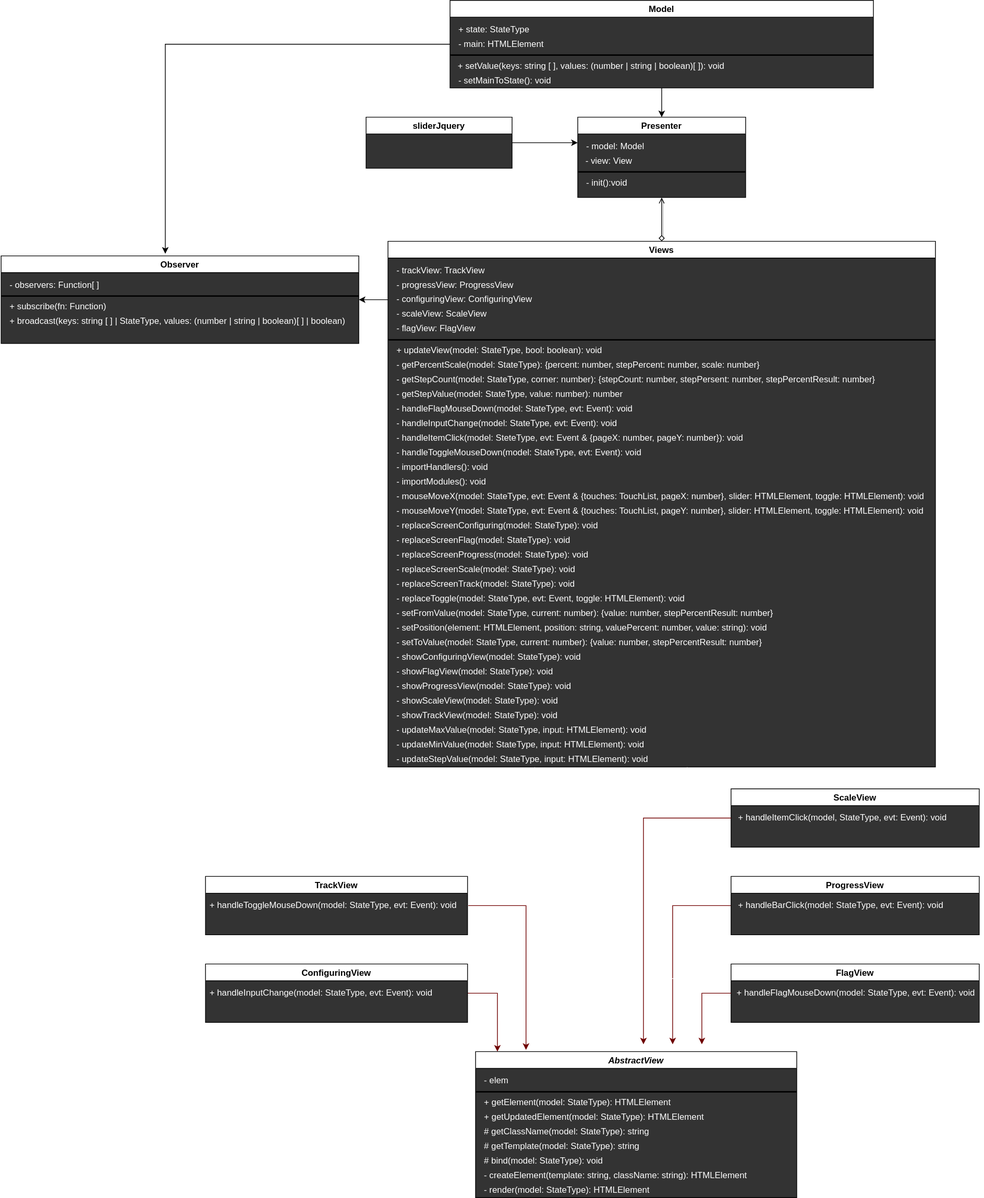
This is UML.svg from webproject67/Slider, a draw.io export, as it was before one commit. Source tidied: cells renumbered, new cells last; positions are measured from the earlier drawing's top-left corner, leaving out a move shared by most shapes.
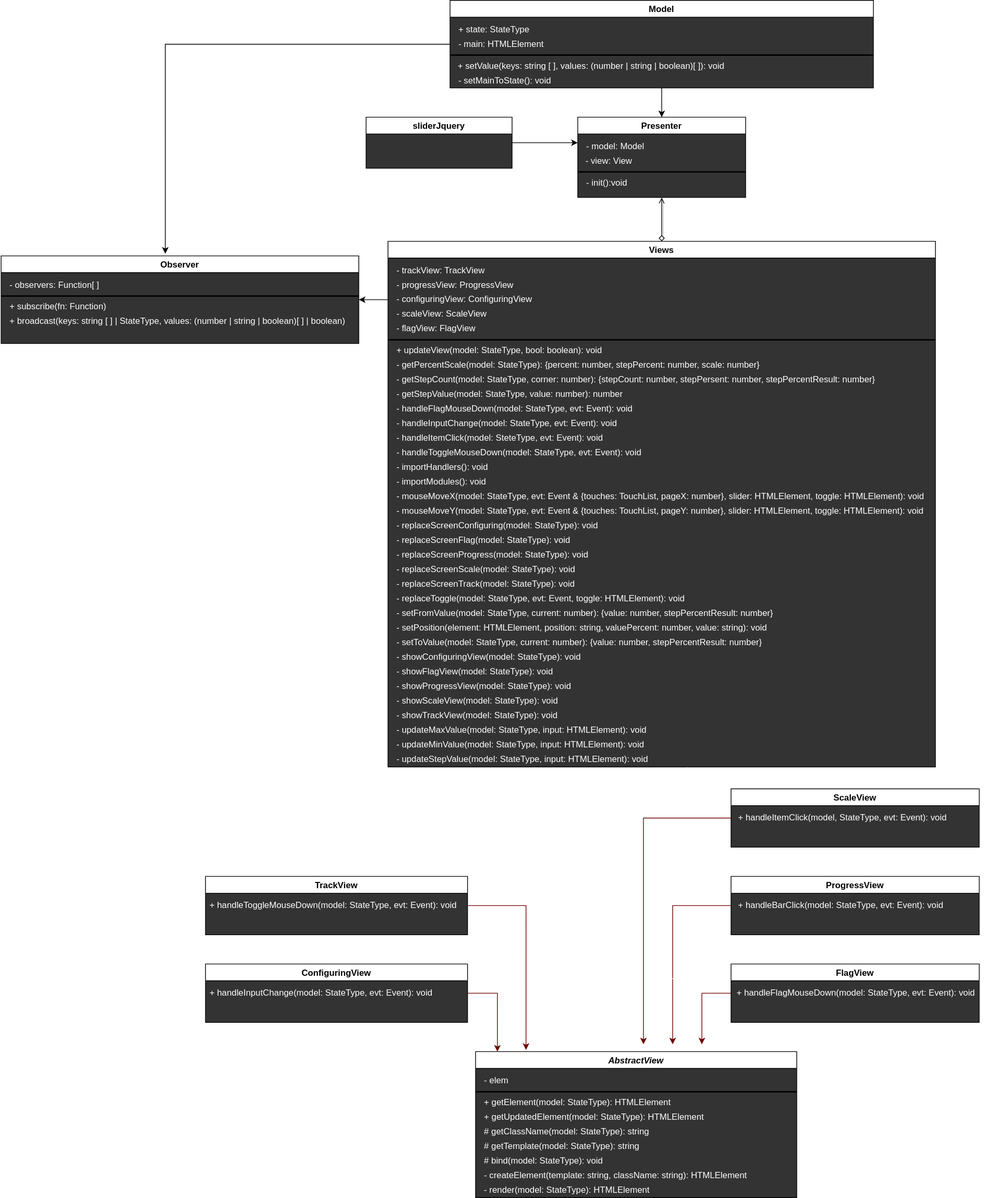
After the commit.

What changed in the source:
```diff
@@ -100,8 +100,8 @@
     <mxCell id="33" value="&lt;div style=&quot;line-height: 19px&quot;&gt;&lt;font style=&quot;font-size: 12px&quot; color=&quot;#ffffff&quot;&gt;- handleFlagMouseDown(model: StateType, evt: Event): void&lt;/font&gt;&lt;/div&gt;" style="text;html=1;align=left;verticalAlign=middle;" parent="22" vertex="1">
       <mxGeometry x="10" y="220" width="340" height="20" as="geometry" />
     </mxCell>
-    <mxCell id="34" value="&lt;div style=&quot;line-height: 19px&quot;&gt;&lt;font style=&quot;font-size: 12px&quot; color=&quot;#ffffff&quot;&gt;- handleItemClick(model: SteteType, evt: Event &amp;amp; {pageX: number, pageY: number&lt;/font&gt;&lt;span style=&quot;color: rgb(255 , 255 , 255)&quot;&gt;}): void&lt;/span&gt;&lt;/div&gt;" style="text;html=1;align=left;verticalAlign=middle;" parent="22" vertex="1">
-      <mxGeometry x="10" y="260" width="490" height="20" as="geometry" />
+    <mxCell id="34" value="&lt;div style=&quot;line-height: 19px&quot;&gt;&lt;font style=&quot;font-size: 12px&quot; color=&quot;#ffffff&quot;&gt;- handleItemClick(model: SteteType, evt: Event&lt;/font&gt;&lt;span style=&quot;color: rgb(255 , 255 , 255)&quot;&gt;): void&lt;/span&gt;&lt;/div&gt;" style="text;html=1;align=left;verticalAlign=middle;" parent="22" vertex="1">
+      <mxGeometry x="10" y="260" width="300" height="20" as="geometry" />
     </mxCell>
     <mxCell id="35" value="&lt;div style=&quot;line-height: 19px&quot;&gt;&lt;font style=&quot;font-size: 12px&quot; color=&quot;#ffffff&quot;&gt;- handleInputChange(model: StateType, evt: Event): void&lt;/font&gt;&lt;/div&gt;" style="text;html=1;align=left;verticalAlign=middle;" parent="22" vertex="1">
       <mxGeometry x="10" y="240" width="320" height="20" as="geometry" />
```
